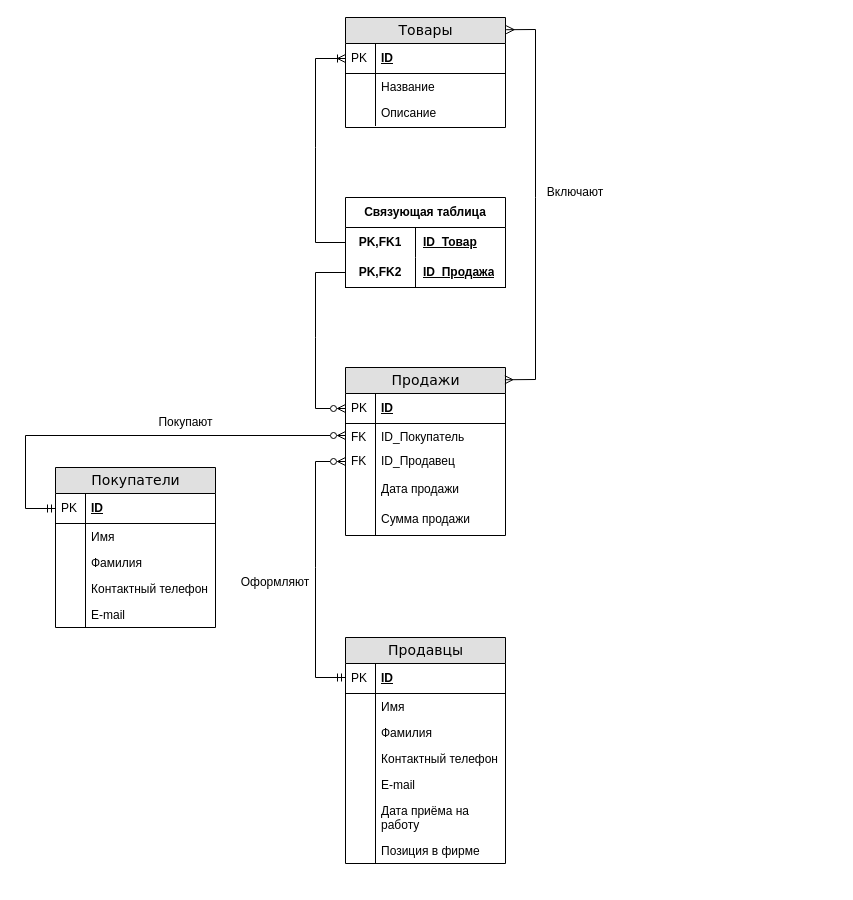
pokakaite/Py_Homework keeps this draw.io diagram as На проверку/Диаграмма ER.drawio. Above is the earlier version. Source tidied: cells renumbered, new cells numbered last; positions are measured from the earlier drawing's top-left corner, leaving out a move shared by most shapes. Both pictures are drawn from the tidied source at 100%, with x=0, y=0 at pixel (25, 17).
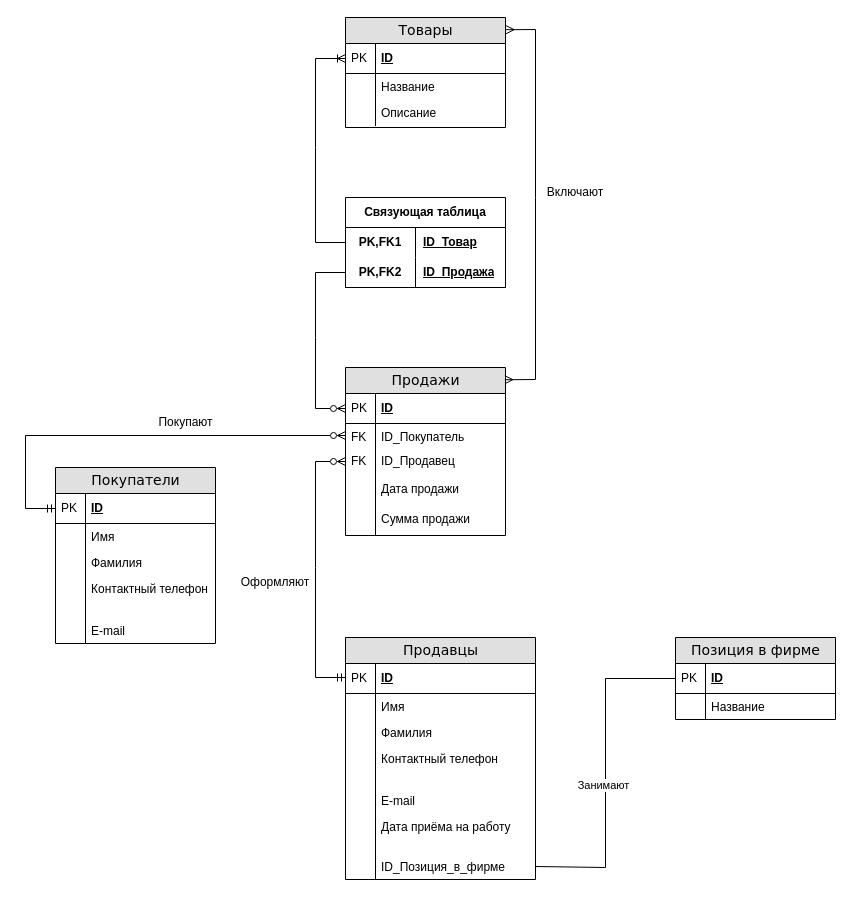
After the change.

Change to the diagram source:
```diff
@@
     <mxCell id="9" value="Покупатели" style="swimlane;html=1;fontStyle=0;horizontal=1;startSize=26;fillColor=#e0e0e0;swimlaneFillColor=#ffffff;align=center;rounded=0;shadow=0;comic=0;labelBackgroundColor=none;strokeWidth=1;fontFamily=Verdana;fontSize=14;" parent="1" vertex="1">
-      <mxGeometry x="30" y="450" width="160" height="160" as="geometry" />
+      <mxGeometry x="30" y="450" width="160" height="176" as="geometry" />
     </mxCell>
@@
     <mxCell id="16" value="Контактный телефон" style="shape=partialRectangle;top=0;left=0;right=0;bottom=0;html=1;align=left;verticalAlign=top;fillColor=none;spacingLeft=34;spacingRight=4;whiteSpace=wrap;overflow=hidden;" parent="9" vertex="1">
-      <mxGeometry y="108" width="160" height="26" as="geometry" />
+      <mxGeometry y="108" width="160" height="42" as="geometry" />
     </mxCell>
     <mxCell id="17" style="shape=partialRectangle;top=0;left=0;bottom=0;html=1;fillColor=none;align=left;verticalAlign=top;spacingLeft=4;spacingRight=4;whiteSpace=wrap;overflow=hidden;" parent="16" vertex="1">
-      <mxGeometry width="30" height="26" as="geometry" />
+      <mxGeometry width="30" height="42" as="geometry" />
     </mxCell>
     <mxCell id="18" value="E-mail" style="shape=partialRectangle;top=0;left=0;right=0;bottom=0;html=1;align=left;verticalAlign=top;fillColor=none;spacingLeft=34;spacingRight=4;whiteSpace=wrap;overflow=hidden;" parent="9" vertex="1">
-      <mxGeometry y="134" width="160" height="26" as="geometry" />
+      <mxGeometry y="150" width="160" height="26" as="geometry" />
     </mxCell>
@@
     <mxCell id="31" value="Продавцы" style="swimlane;html=1;fontStyle=0;horizontal=1;startSize=26;fillColor=#e0e0e0;swimlaneFillColor=#ffffff;align=center;rounded=0;shadow=0;comic=0;labelBackgroundColor=none;strokeWidth=1;fontFamily=Verdana;fontSize=14;" parent="1" vertex="1">
-      <mxGeometry x="320" y="620" width="160" height="226" as="geometry" />
+      <mxGeometry x="320" y="620" width="190" height="242" as="geometry" />
     </mxCell>
     <mxCell id="32" value="ID" style="shape=partialRectangle;top=0;left=0;right=0;bottom=1;html=1;align=left;verticalAlign=middle;fillColor=none;spacingLeft=34;spacingRight=4;whiteSpace=wrap;overflow=hidden;fontStyle=5;" parent="31" vertex="1">
-      <mxGeometry y="26" width="160" height="30" as="geometry" />
+      <mxGeometry y="26" width="190" height="30" as="geometry" />
     </mxCell>
@@
     <mxCell id="34" value="Имя" style="shape=partialRectangle;top=0;left=0;right=0;bottom=0;html=1;align=left;verticalAlign=top;fillColor=none;spacingLeft=34;spacingRight=4;whiteSpace=wrap;overflow=hidden;" parent="31" vertex="1">
-      <mxGeometry y="56" width="160" height="26" as="geometry" />
+      <mxGeometry y="56" width="190" height="26" as="geometry" />
     </mxCell>
@@
     <mxCell id="36" value="Фамилия" style="shape=partialRectangle;top=0;left=0;right=0;bottom=0;html=1;align=left;verticalAlign=top;fillColor=none;spacingLeft=34;spacingRight=4;whiteSpace=wrap;overflow=hidden;" parent="31" vertex="1">
-      <mxGeometry y="82" width="160" height="26" as="geometry" />
+      <mxGeometry y="82" width="190" height="26" as="geometry" />
     </mxCell>
@@
     <mxCell id="38" value="Контактный телефон" style="shape=partialRectangle;top=0;left=0;right=0;bottom=0;html=1;align=left;verticalAlign=top;fillColor=none;spacingLeft=34;spacingRight=4;whiteSpace=wrap;overflow=hidden;" parent="31" vertex="1">
-      <mxGeometry y="108" width="160" height="26" as="geometry" />
+      <mxGeometry y="108" width="190" height="42" as="geometry" />
     </mxCell>
     <mxCell id="39" style="shape=partialRectangle;top=0;left=0;bottom=0;html=1;fillColor=none;align=left;verticalAlign=top;spacingLeft=4;spacingRight=4;whiteSpace=wrap;overflow=hidden;" parent="38" vertex="1">
-      <mxGeometry width="30" height="26" as="geometry" />
+      <mxGeometry width="30" height="42" as="geometry" />
     </mxCell>
     <mxCell id="40" value="E-mail" style="shape=partialRectangle;top=0;left=0;right=0;bottom=0;html=1;align=left;verticalAlign=top;fillColor=none;spacingLeft=34;spacingRight=4;whiteSpace=wrap;overflow=hidden;" parent="31" vertex="1">
-      <mxGeometry y="134" width="160" height="26" as="geometry" />
+      <mxGeometry y="150" width="190" height="26" as="geometry" />
     </mxCell>
@@
     <mxCell id="42" value="Дата приёма на работу" style="shape=partialRectangle;top=0;left=0;right=0;bottom=0;html=1;align=left;verticalAlign=top;fillColor=none;spacingLeft=34;spacingRight=4;whiteSpace=wrap;overflow=hidden;" parent="31" vertex="1">
-      <mxGeometry y="160" width="160" height="40" as="geometry" />
+      <mxGeometry y="176" width="190" height="40" as="geometry" />
     </mxCell>
@@
-    <mxCell id="44" value="Позиция в фирме" style="shape=partialRectangle;top=0;left=0;right=0;bottom=0;html=1;align=left;verticalAlign=top;fillColor=none;spacingLeft=34;spacingRight=4;whiteSpace=wrap;overflow=hidden;points=[[0,0.5],[1,0.5]];portConstraint=eastwest;" parent="31" vertex="1">
-      <mxGeometry y="200" width="160" height="26" as="geometry" />
+    <mxCell id="44" value="ID_Позиция_в_фирме&lt;div&gt;&lt;br&gt;&lt;/div&gt;" style="shape=partialRectangle;top=0;left=0;right=0;bottom=0;html=1;align=left;verticalAlign=top;fillColor=none;spacingLeft=34;spacingRight=4;whiteSpace=wrap;overflow=hidden;points=[[0,0.5],[1,0.5]];portConstraint=eastwest;" parent="31" vertex="1">
+      <mxGeometry y="216" width="190" height="26" as="geometry" />
     </mxCell>
@@
+    <mxCell id="61" value="Позиция в фирме" style="swimlane;html=1;fontStyle=0;horizontal=1;startSize=26;fillColor=#e0e0e0;swimlaneFillColor=#ffffff;align=center;rounded=0;shadow=0;comic=0;labelBackgroundColor=none;strokeWidth=1;fontFamily=Verdana;fontSize=14;" parent="1" vertex="1">
+      <mxGeometry x="650" y="620" width="160" height="82" as="geometry" />
+    </mxCell>
+    <mxCell id="62" value="ID" style="shape=partialRectangle;top=0;left=0;right=0;bottom=1;html=1;align=left;verticalAlign=middle;fillColor=none;spacingLeft=34;spacingRight=4;whiteSpace=wrap;overflow=hidden;points=[[0,0.5],[1,0.5]];portConstraint=eastwest;fontStyle=5;" parent="61" vertex="1">
+      <mxGeometry y="26" width="160" height="30" as="geometry" />
+    </mxCell>
+    <mxCell id="63" value="PK" style="shape=partialRectangle;top=0;left=0;bottom=0;html=1;fillColor=none;align=left;verticalAlign=middle;spacingLeft=4;spacingRight=4;whiteSpace=wrap;overflow=hidden;" parent="62" vertex="1">
+      <mxGeometry width="30" height="30" as="geometry" />
+    </mxCell>
+    <mxCell id="64" value="Название" style="shape=partialRectangle;top=0;left=0;right=0;bottom=0;html=1;align=left;verticalAlign=top;fillColor=none;spacingLeft=34;spacingRight=4;whiteSpace=wrap;overflow=hidden;" parent="61" vertex="1">
+      <mxGeometry y="56" width="160" height="26" as="geometry" />
+    </mxCell>
+    <mxCell id="65" style="shape=partialRectangle;top=0;left=0;bottom=0;html=1;fillColor=none;align=left;verticalAlign=top;spacingLeft=4;spacingRight=4;whiteSpace=wrap;overflow=hidden;" parent="64" vertex="1">
+      <mxGeometry width="30" height="26" as="geometry" />
+    </mxCell>
+    <mxCell id="66" style="endArrow=none;html=1;rounded=0;exitX=1;exitY=0.5;exitDx=0;exitDy=0;entryX=0;entryY=0.5;entryDx=0;entryDy=0;" parent="1" edge="1" source="44" target="62">
+      <mxGeometry relative="1" as="geometry">
+        <Array as="points">
+          <mxPoint x="580" y="850" />
+          <mxPoint x="580" y="661" />
+        </Array>
+      </mxGeometry>
+    </mxCell>
+    <mxCell id="67" value="Занимают" style="edgeLabel;html=1;align=center;verticalAlign=middle;" parent="66" vertex="1">
+      <mxGeometry x="-0.07" y="3" relative="1" as="geometry" />
+    </mxCell>
```
